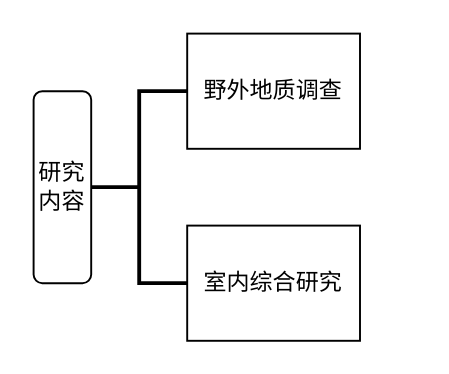
Above: 未命名绘图.drawio in dp0qb/document_img (draw.io), before the change. Source tidied: cells renumbered, new cells numbered last; positions are measured from the earlier drawing's top-left corner, leaving out a move shared by most shapes. Both pictures are drawn from the tidied source at 192%, with x=0, y=0 at pixel (33, 33).
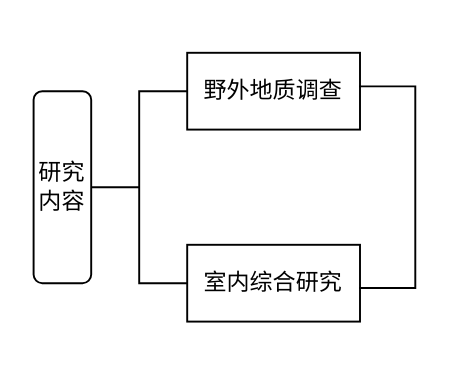
After the change.

Commit message (it also covers changes not shown here):
更新未命名绘图.drawio

What changed in the source:
```diff
@@
 <mxGraphModel>
   <root>
     <mxCell id="0" />
     <mxCell id="1" parent="0" />
     <mxCell id="2" value="研究内容" style="rounded=1;whiteSpace=wrap;html=1;fontSize=12;glass=0;strokeWidth=1;shadow=0;" parent="1" vertex="1">
       <mxGeometry y="30" width="30" height="100" as="geometry" />
     </mxCell>
-    <mxCell id="3" style="strokeWidth=2;html=1;shape=mxgraph.flowchart.annotation_2;align=left;labelPosition=right;" parent="1" vertex="1">
+    <mxCell id="3" style="strokeWidth=1;html=1;shape=mxgraph.flowchart.annotation_2;align=left;labelPosition=right;" parent="1" vertex="1">
       <mxGeometry x="30" y="30" width="50" height="100" as="geometry" />
     </mxCell>
     <mxCell id="4" value="野外地质调查" style="rounded=0;whiteSpace=wrap;html=1;" parent="1" vertex="1">
-      <mxGeometry x="80" width="90" height="60" as="geometry" />
+      <mxGeometry x="80" y="10" width="90" height="40" as="geometry" />
     </mxCell>
     <mxCell id="5" value="室内综合研究" style="rounded=0;whiteSpace=wrap;html=1;" parent="1" vertex="1">
-      <mxGeometry x="80" y="100" width="90" height="60" as="geometry" />
+      <mxGeometry x="80" y="110" width="90" height="40" as="geometry" />
     </mxCell>
+    <mxCell id="6" style="shape=partialRectangle;whiteSpace=wrap;html=1;bottom=1;right=1;left=1;top=0;fillColor=none;routingCenterX=-0.5;rotation=-90;" parent="1" vertex="1">
+      <mxGeometry x="131.9" y="65.6" width="105" height="28.8" as="geometry" />
+    </mxCell>
   </root>
 </mxGraphModel>
```
